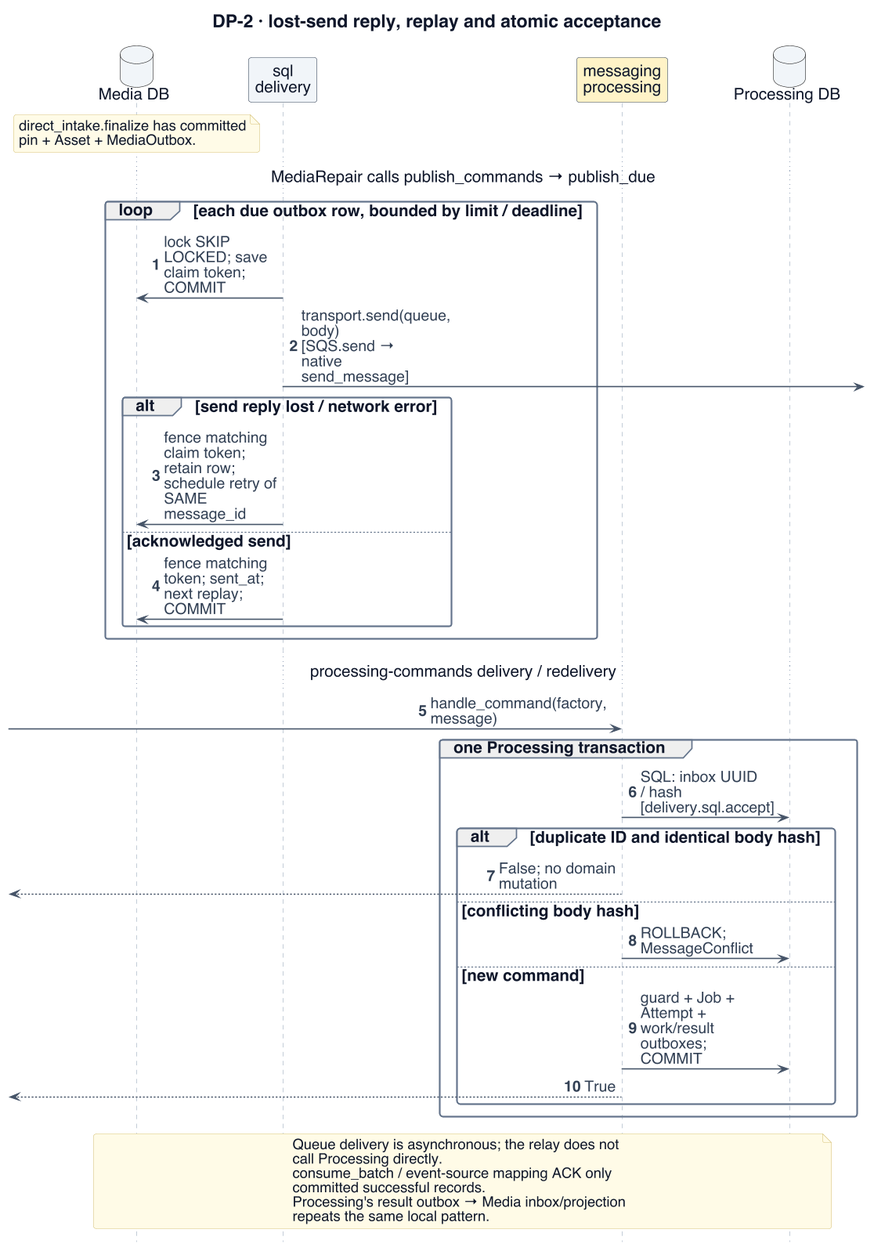
Before: project-documentation/final-report/figures/dp2-solution-sequence.png, a diagram exported from PlantUML (Collaboration95/dc2).
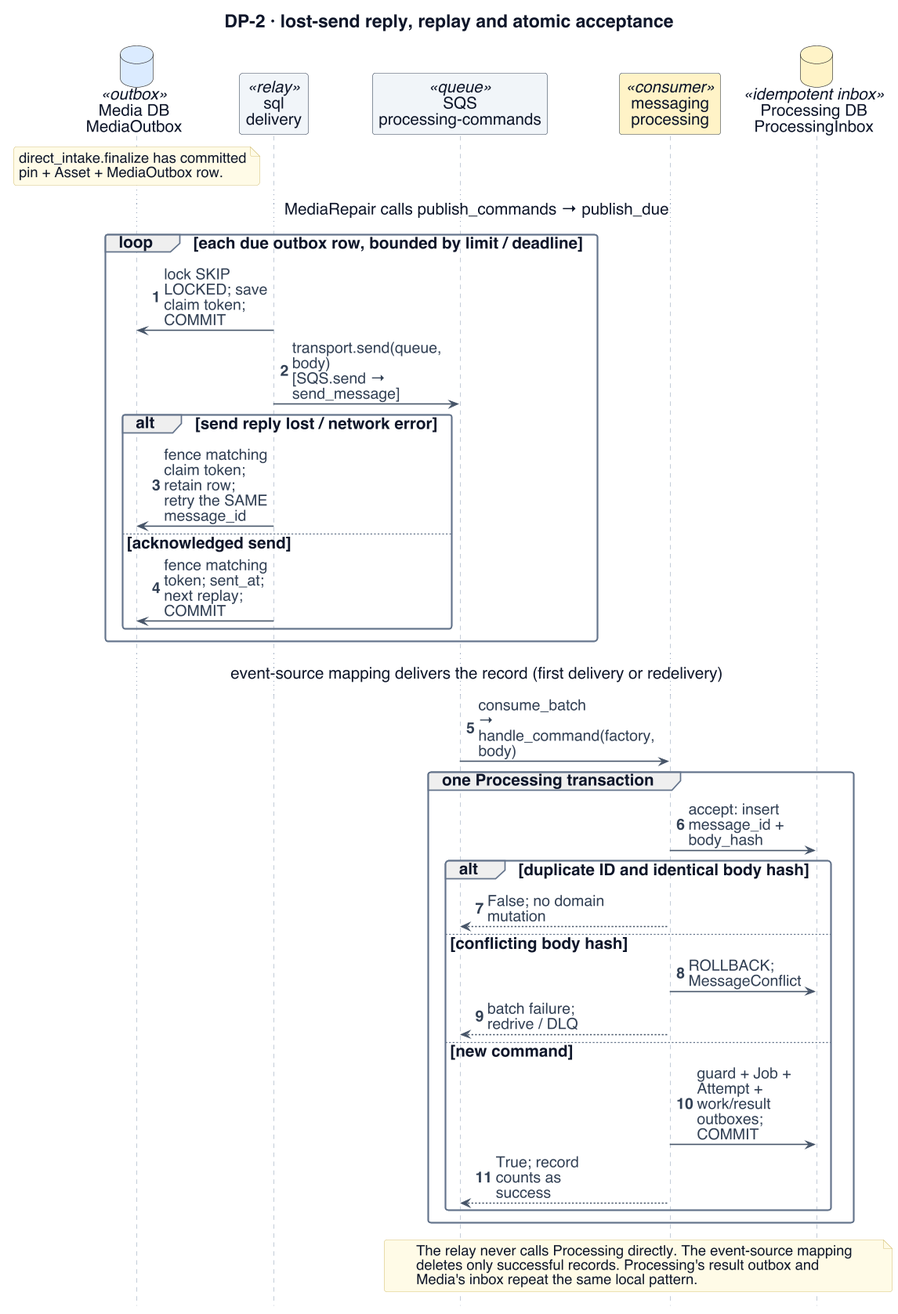
Later version of the same file.

The edit, as a diff of the source:
```diff
@@ -16,40 +16,39 @@
 hide circle
 title DP-2 · lost-send reply, replay and atomic acceptance
 autonumber
-database "Media DB" as MD $INFRA
-participant "sql\ndelivery" as D $INFRA
-participant "messaging\nprocessing" as P $PROC
-database "Processing DB" as PD $INFRA
-note over MD : direct_intake.finalize has committed\npin + Asset + MediaOutbox.
+database "Media DB\nMediaOutbox" as MD <<outbox>> $MEDIA
+participant "sql\ndelivery" as D <<relay>> $INFRA
+participant "SQS\nprocessing-commands" as Q <<queue>> $INFRA
+participant "messaging\nprocessing" as P <<consumer>> $PROC
+database "Processing DB\nProcessingInbox" as PD <<idempotent inbox>> $PROC
+note over MD : direct_intake.finalize has committed\npin + Asset + MediaOutbox row.
 ... MediaRepair calls publish_commands → publish_due ...
 loop each due outbox row, bounded by limit / deadline
  D -> MD : lock SKIP LOCKED; save claim token; COMMIT
- D ->] : transport.send(queue, body)\n[SQS.send → native send_message]
+ D -> Q : transport.send(queue, body)\n[SQS.send → send_message]
  alt send reply lost / network error
-  D -> MD : fence matching claim token; retain row;\nschedule retry of SAME message_id
+  D -> MD : fence matching claim token; retain row;\nretry the SAME message_id
  else acknowledged send
-  D -> MD : fence matching token; sent_at; next replay; COMMIT
+  D -> MD : fence matching token; sent_at;\nnext replay; COMMIT
  end
 end
-... processing-commands delivery / redelivery ...
-[-> P : handle_command(factory, message)
+... event-source mapping delivers the record (first delivery or redelivery) ...
+Q -> P : consume_batch → handle_command(factory, body)
 group one Processing transaction
- P -> PD : SQL: inbox UUID / hash\n[delivery.sql.accept]
+ P -> PD : accept: insert message_id + body_hash
  alt duplicate ID and identical body hash
-  P -->[ : False; no domain mutation
+  P --> Q : False; no domain mutation
  else conflicting body hash
   P -> PD : ROLLBACK; MessageConflict
+  P --> Q : batch failure; redrive / DLQ
  else new command
-  P -> PD : guard + Job + Attempt + work/result outboxes; COMMIT
-  P -->[ : True
+  P -> PD : guard + Job + Attempt +\nwork/result outboxes; COMMIT
+  P --> Q : True; record counts as success
  end
 end
-note over MD,PD
-Queue delivery is asynchronous; the relay does not
-call Processing directly.
-consume_batch / event-source mapping ACK only
-committed successful records.
-Processing's result outbox → Media inbox/projection
-repeats the same local pattern.
+note over Q,PD
+The relay never calls Processing directly. The event-source mapping
+deletes only successful records. Processing's result outbox and
+Media's inbox repeat the same local pattern.
 end note
 @enduml
```
